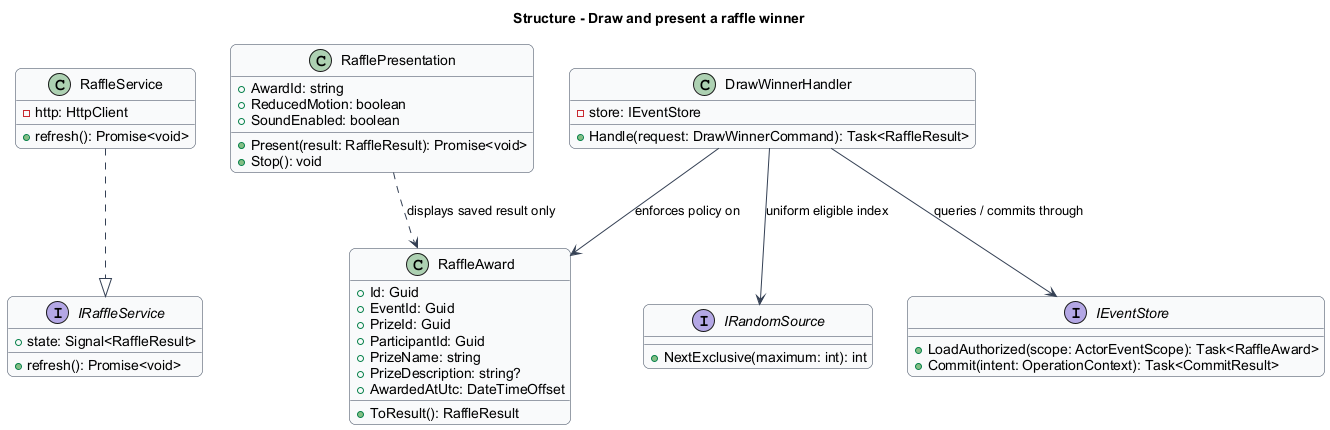
Before: docs/detailed-designs/raffles/draw-winner/diagrams/classes.png, a diagram exported from PlantUML (QuinntyneBrown/faithtech-toronto-ai-build-event).
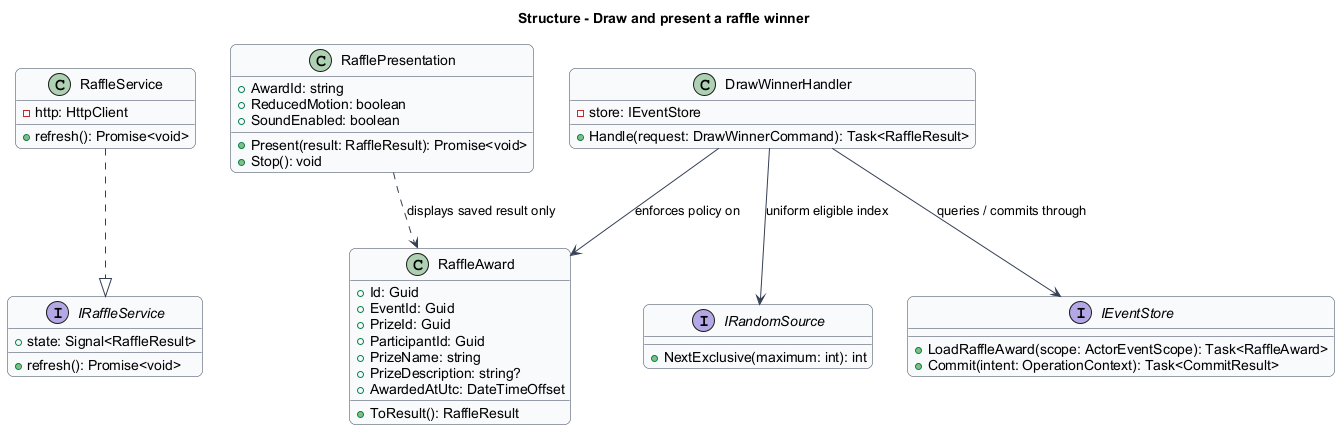
After the commit.

The edit, as a diff of the source:
```diff
@@ -22,7 +22,7 @@
   +Handle(request: DrawWinnerCommand): Task<RaffleResult>
 }
 interface IEventStore {
-  +LoadAuthorized(scope: ActorEventScope): Task<RaffleAward>
+  +LoadRaffleAward(scope: ActorEventScope): Task<RaffleAward>
   +Commit(intent: OperationContext): Task<CommitResult>
 }
 class RaffleAward {
```
